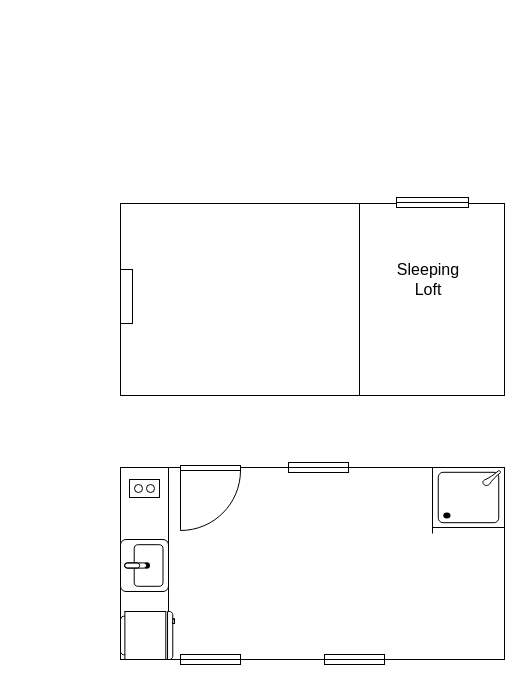
ghthompson/Group-Project-for-Visual-Basic keeps this draw.io diagram as Library Catelog Program/Billings Floor Plan.drawio. Above is the earlier version. Source tidied: cells renumbered, new cells numbered last; positions are measured from the earlier drawing's top-left corner, leaving out a move shared by most shapes. Both pictures are drawn from the tidied source at 100%, with x=0, y=0 at pixel (120, 197).
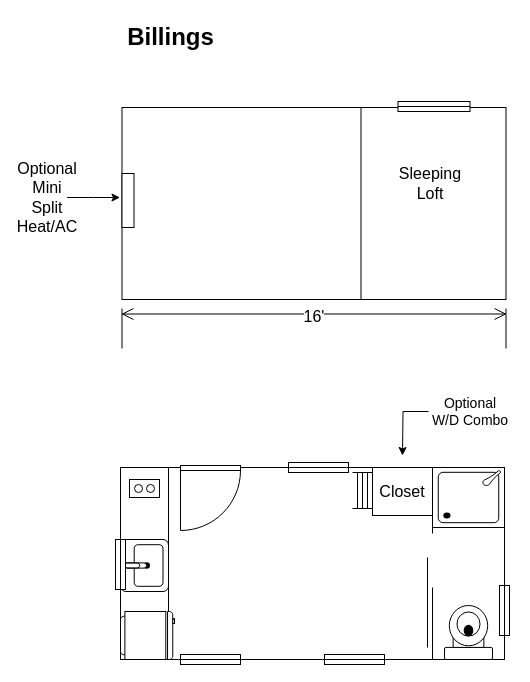
After the change.

What changed in the source:
```diff
@@
     <mxCell id="4" style="rounded=0;whiteSpace=wrap;html=1;" parent="1" vertex="1">
-      <mxGeometry y="6" width="384" height="192" as="geometry" />
+      <mxGeometry x="1.5" y="-90" width="384" height="192" as="geometry" />
     </mxCell>
     <mxCell id="5" style="line;strokeWidth=1;direction=south;html=1;" parent="1" vertex="1">
-      <mxGeometry x="234" y="6" width="10" height="192" as="geometry" />
+      <mxGeometry x="235.5" y="-90" width="10" height="192" as="geometry" />
     </mxCell>
     <mxCell id="6" style="verticalLabelPosition=bottom;html=1;verticalAlign=top;align=center;shape=mxgraph.floorplan.window;fillColor=#ffffff;strokeWidth=1;" parent="1" vertex="1">
-      <mxGeometry x="276" width="72" height="10" as="geometry" />
+      <mxGeometry x="277.5" y="-96" width="72" height="10" as="geometry" />
     </mxCell>
     <mxCell id="7" style="rounded=0;whiteSpace=wrap;html=1;strokeWidth=1;" parent="1" vertex="1">
-      <mxGeometry y="72" width="12" height="54" as="geometry" />
+      <mxGeometry x="1.5" y="-24" width="12" height="54" as="geometry" />
     </mxCell>
     <mxCell id="8" value="&lt;font style=&quot;font-size: 16px&quot;&gt;Sleeping Loft&lt;/font&gt;" style="text;html=1;strokeColor=none;fillColor=none;align=center;verticalAlign=middle;whiteSpace=wrap;rounded=0;" parent="1" vertex="1">
-      <mxGeometry x="288" y="72" width="40" height="20" as="geometry" />
+      <mxGeometry x="289.5" y="-24" width="40" height="20" as="geometry" />
     </mxCell>
@@
+    <mxCell id="20" style="line;strokeWidth=1;direction=south;html=1;" parent="1" vertex="1">
+      <mxGeometry x="307" y="390" width="10" height="72" as="geometry" />
+    </mxCell>
+    <mxCell id="21" style="verticalLabelPosition=bottom;html=1;verticalAlign=top;align=center;shape=mxgraph.floorplan.window;fillColor=#ffffff;strokeWidth=1;direction=south;" parent="1" vertex="1">
+      <mxGeometry x="-5" y="342" width="10" height="50" as="geometry" />
+    </mxCell>
+    <mxCell id="22" style="verticalLabelPosition=bottom;html=1;verticalAlign=top;align=center;shape=mxgraph.floorplan.window;fillColor=#ffffff;strokeWidth=1;direction=south;" parent="1" vertex="1">
+      <mxGeometry x="379" y="388" width="10" height="50" as="geometry" />
+    </mxCell>
+    <mxCell id="23" style="verticalLabelPosition=bottom;html=1;verticalAlign=top;align=center;shape=mxgraph.floorplan.toilet;strokeWidth=1;direction=west;" parent="1" vertex="1">
+      <mxGeometry x="324" y="408" width="48" height="54" as="geometry" />
+    </mxCell>
+    <mxCell id="24" style="line;strokeWidth=1;direction=south;html=1;" parent="1" vertex="1">
+      <mxGeometry x="302" y="360" width="10" height="90" as="geometry" />
+    </mxCell>
+    <mxCell id="25" style="rounded=0;whiteSpace=wrap;html=1;strokeWidth=1;" parent="1" vertex="1">
+      <mxGeometry x="252" y="270" width="60" height="48" as="geometry" />
+    </mxCell>
+    <mxCell id="26" style="verticalLabelPosition=bottom;html=1;verticalAlign=top;align=center;shape=mxgraph.floorplan.window;fillColor=#ffffff;strokeWidth=1;direction=south;" parent="1" vertex="1">
+      <mxGeometry x="242" y="275" width="10" height="36" as="geometry" />
+    </mxCell>
+    <mxCell id="27" style="verticalLabelPosition=bottom;html=1;verticalAlign=top;align=center;shape=mxgraph.floorplan.window;fillColor=#ffffff;strokeWidth=1;direction=south;" parent="1" vertex="1">
+      <mxGeometry x="237" y="275" width="10" height="36" as="geometry" />
+    </mxCell>
+    <mxCell id="28" style="line;strokeWidth=1;html=1;" parent="1" vertex="1">
+      <mxGeometry x="232" y="270" width="20" height="10" as="geometry" />
+    </mxCell>
+    <mxCell id="29" style="line;strokeWidth=1;html=1;" parent="1" vertex="1">
+      <mxGeometry x="232" y="306" width="20" height="10" as="geometry" />
+    </mxCell>
+    <mxCell id="30" value="&lt;font style=&quot;font-size: 16px&quot;&gt;Closet&lt;/font&gt;" style="text;html=1;strokeColor=none;fillColor=none;align=center;verticalAlign=middle;whiteSpace=wrap;rounded=0;" parent="1" vertex="1">
+      <mxGeometry x="262" y="284" width="40" height="20" as="geometry" />
+    </mxCell>
+    <mxCell id="31" style="edgeStyle=orthogonalEdgeStyle;rounded=0;jettySize=auto;html=1;" parent="1" edge="1" source="32">
+      <mxGeometry relative="1" as="geometry">
+        <mxPoint x="282" y="258" as="targetPoint" />
+      </mxGeometry>
+    </mxCell>
+    <mxCell id="32" value="&lt;font style=&quot;font-size: 14px&quot;&gt;Optional W/D Combo&lt;/font&gt;" style="text;html=1;strokeColor=none;fillColor=none;align=center;verticalAlign=middle;whiteSpace=wrap;rounded=0;" parent="1" vertex="1">
+      <mxGeometry x="308" y="204" width="84" height="20" as="geometry" />
+    </mxCell>
+    <mxCell id="33" value="&lt;font style=&quot;font-size: 16px&quot;&gt;16'&lt;/font&gt;" style="shape=dimension;direction=west;whiteSpace=wrap;html=1;align=center;verticalAlign=top;spacingTop=-8;labelBackgroundColor=#ffffff;strokeWidth=1;" parent="1" vertex="1">
+      <mxGeometry x="1.5" y="111" width="384" height="40" as="geometry" />
+    </mxCell>
+    <mxCell id="34" style="edgeStyle=orthogonalEdgeStyle;rounded=0;jettySize=auto;html=1;" parent="1" edge="1" source="35">
+      <mxGeometry relative="1" as="geometry">
+        <mxPoint x="-0.5" as="targetPoint" />
+      </mxGeometry>
+    </mxCell>
+    <mxCell id="35" value="&lt;div style=&quot;font-size: 16px&quot;&gt;&lt;font style=&quot;font-size: 16px&quot;&gt;Optional Mini Split&lt;/font&gt;&lt;/div&gt;&lt;div style=&quot;font-size: 16px&quot;&gt;&lt;font style=&quot;font-size: 16px&quot;&gt;Heat/AC&lt;br&gt;&lt;/font&gt;&lt;/div&gt;" style="text;html=1;strokeColor=none;fillColor=none;align=center;verticalAlign=middle;whiteSpace=wrap;rounded=0;" parent="1" vertex="1">
+      <mxGeometry x="-93.5" y="-10" width="40" height="20" as="geometry" />
+    </mxCell>
+    <mxCell id="36" value="Billings" style="text;strokeColor=none;fillColor=none;html=1;fontSize=24;fontStyle=1;verticalAlign=middle;align=center;" parent="1" vertex="1">
+      <mxGeometry y="-180" width="100" height="40" as="geometry" />
+    </mxCell>
```
